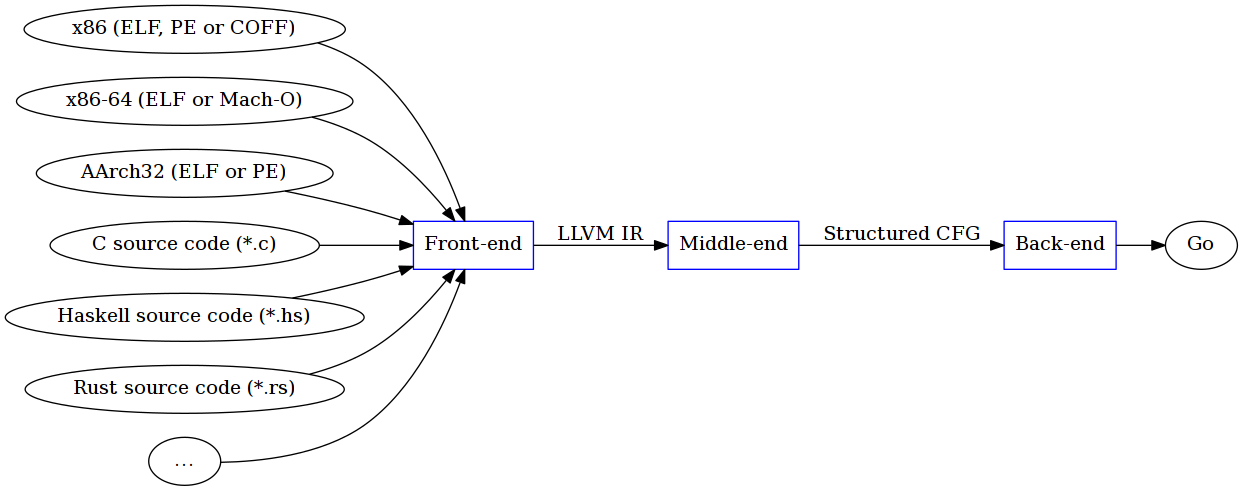
Before: inc/decompilation_pipeline.png, a diagram exported from Graphviz (decomp/doc). Its source is kept beside it as inc/decompilation_pipeline.dot.
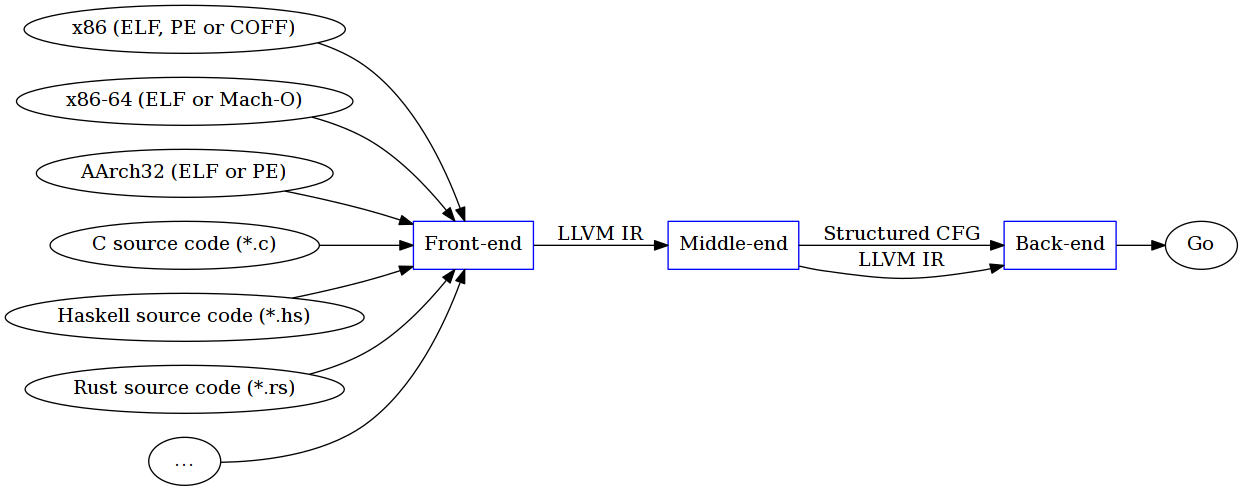
Above is the later version.

The edit, as a diff of the source:
```diff
@@ -18,5 +18,6 @@
 	{In1 In2 In3 In4 In5 In6 In7} -> Front
 	Front -> Middle [label="LLVM IR"]
 	Middle -> Back [label="Structured CFG"]
+	Middle -> Back [label="LLVM IR"]
 	Back -> Out
 }
```
